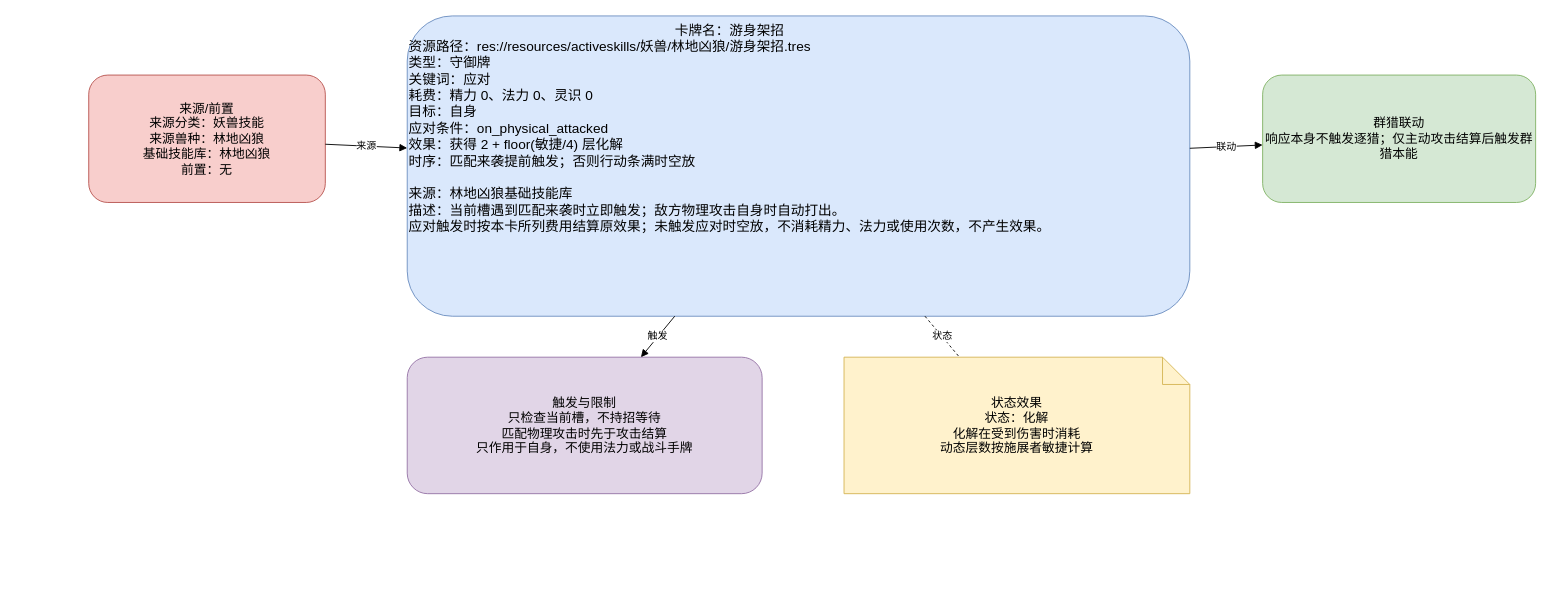
This is page "游身架招" (1 of 2) of docs/卡牌词典/妖兽/林地凶狼/游身架招.drawio from ankundanetracyc-spec/tian-guan-you-du, a draw.io file, before an edit. Source tidied: cells renumbered, new cells numbered last; positions are measured from the earlier drawing's top-left corner, leaving out a move shared by most shapes. Both pictures are drawn from the tidied source at 91%, with x=0, y=0 at pixel (88, 15).
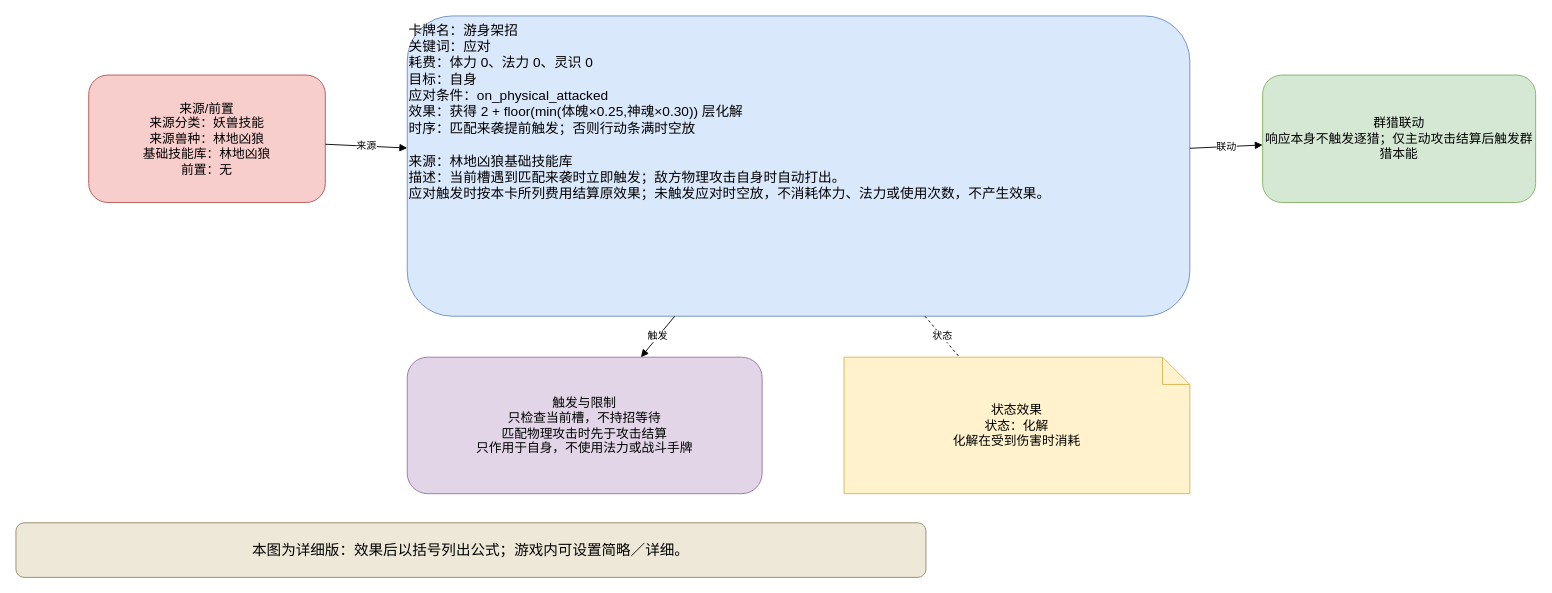
The same page after the edit.

Change to the diagram source:
```diff
@@
 <mxGraphModel>
   <root>
     <mxCell id="0" />
     <mxCell id="1" parent="0" />
-    <mxCell id="2" value="&lt;div style=&quot;text-align:center;&quot;&gt;卡牌名：游身架招&lt;/div&gt;&lt;div style=&quot;text-align:left;&quot;&gt;资源路径：res://resources/activeskills/妖兽/林地凶狼/游身架招.tres&lt;br&gt;类型：守御牌&lt;br&gt;关键词：应对&lt;br&gt;耗费：精力 0、法力 0、灵识 0&lt;br&gt;目标：自身&lt;br&gt;应对条件：on_physical_attacked&lt;br&gt;效果：获得 2 + floor(敏捷/4) 层化解&lt;br&gt;时序：匹配来袭提前触发；否则行动条满时空放&lt;/div&gt;&lt;br&gt;来源：林地凶狼基础技能库&lt;br&gt;描述：当前槽遇到匹配来袭时立即触发；敌方物理攻击自身时自动打出。&lt;br&gt;应对触发时按本卡所列费用结算原效果；未触发应对时空放，不消耗精力、法力或使用次数，不产生效果。" style="rounded=1;whiteSpace=wrap;html=1;fillColor=#dae8fc;strokeColor=#6c8ebf;fontSize=15;align=left;verticalAlign=top;" parent="1" vertex="1">
+    <mxCell id="2" value="卡牌名：游身架招&#10;关键词：应对&#10;耗费：体力 0、法力 0、灵识 0&#10;目标：自身&#10;应对条件：on_physical_attacked&#10;效果：获得 2 + floor(min(体魄×0.25,神魂×0.30)) 层化解&#10;时序：匹配来袭提前触发；否则行动条满时空放&#10;&#10;来源：林地凶狼基础技能库&#10;描述：当前槽遇到匹配来袭时立即触发；敌方物理攻击自身时自动打出。&#10;应对触发时按本卡所列费用结算原效果；未触发应对时空放，不消耗体力、法力或使用次数，不产生效果。" style="rounded=1;whiteSpace=wrap;html=1;fillColor=#dae8fc;strokeColor=#6c8ebf;fontSize=15;align=left;verticalAlign=top;" parent="1" vertex="1">
       <mxGeometry x="350" width="860" height="330" as="geometry" />
     </mxCell>
     <mxCell id="3" value="来源/前置&#10;来源分类：妖兽技能&#10;来源兽种：林地凶狼&#10;基础技能库：林地凶狼&#10;前置：无" style="rounded=1;whiteSpace=wrap;html=1;fillColor=#f8cecc;strokeColor=#b85450;fontSize=14;" parent="1" vertex="1">
       <mxGeometry y="65" width="260" height="140" as="geometry" />
     </mxCell>
     <mxCell id="4" value="群猎联动&#10;响应本身不触发逐猎；仅主动攻击结算后触发群猎本能" style="rounded=1;whiteSpace=wrap;html=1;fillColor=#d5e8d4;strokeColor=#82b366;fontSize=14;" parent="1" vertex="1">
       <mxGeometry x="1290" y="65" width="300" height="140" as="geometry" />
     </mxCell>
     <mxCell id="5" value="触发与限制&#10;只检查当前槽，不持招等待&#10;匹配物理攻击时先于攻击结算&#10;只作用于自身，不使用法力或战斗手牌" style="rounded=1;whiteSpace=wrap;html=1;fillColor=#e1d5e7;strokeColor=#9673a6;fontSize=14;" parent="1" vertex="1">
       <mxGeometry x="350" y="375" width="390" height="150" as="geometry" />
     </mxCell>
-    <mxCell id="6" value="状态效果&#10;状态：化解&#10;化解在受到伤害时消耗&#10;动态层数按施展者敏捷计算" style="shape=note;whiteSpace=wrap;html=1;fillColor=#fff2cc;strokeColor=#d6b656;fontSize=14;" parent="1" vertex="1">
+    <mxCell id="6" value="状态效果&#10;状态：化解&#10;化解在受到伤害时消耗" style="shape=note;whiteSpace=wrap;html=1;fillColor=#fff2cc;strokeColor=#d6b656;fontSize=14;" parent="1" vertex="1">
       <mxGeometry x="830" y="375" width="380" height="150" as="geometry" />
     </mxCell>
     <mxCell id="7" value="来源" style="endArrow=block;html=1;rounded=0;" parent="1" edge="1" source="3" target="2">
       <mxGeometry relative="1" as="geometry" />
     </mxCell>
     <mxCell id="8" value="联动" style="endArrow=block;html=1;rounded=0;" parent="1" edge="1" source="2" target="4">
       <mxGeometry relative="1" as="geometry" />
     </mxCell>
     <mxCell id="9" value="触发" style="endArrow=block;html=1;rounded=0;" parent="1" edge="1" source="2" target="5">
       <mxGeometry relative="1" as="geometry" />
     </mxCell>
     <mxCell id="10" value="状态" style="endArrow=none;dashed=1;html=1;" parent="1" edge="1" source="2" target="6">
       <mxGeometry relative="1" as="geometry" />
     </mxCell>
+    <mxCell id="11" value="本图为详细版：效果后以括号列出公式；游戏内可设置简略／详细。" style="rounded=1;whiteSpace=wrap;html=1;fillColor=#eee8d8;strokeColor=#9a8967;fontSize=16;" parent="1" vertex="1">
+      <mxGeometry x="-80" y="557" width="1000" height="60" as="geometry" />
+    </mxCell>
   </root>
 </mxGraphModel>
```
